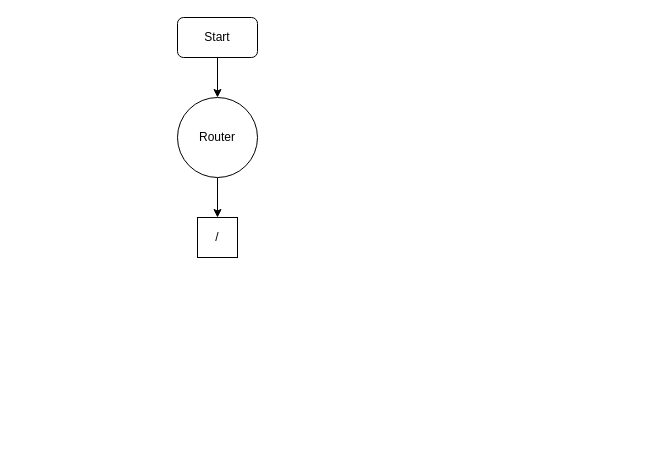
Before: drawio/routing.drawio in realskyquest/word_app_flutter, a draw.io diagram. Source tidied: cells renumbered, new cells numbered last; positions are measured from the earlier drawing's top-left corner, leaving out a move shared by most shapes. Both pictures are drawn from the tidied source at 100%, with x=0, y=0 at pixel (177, 17).
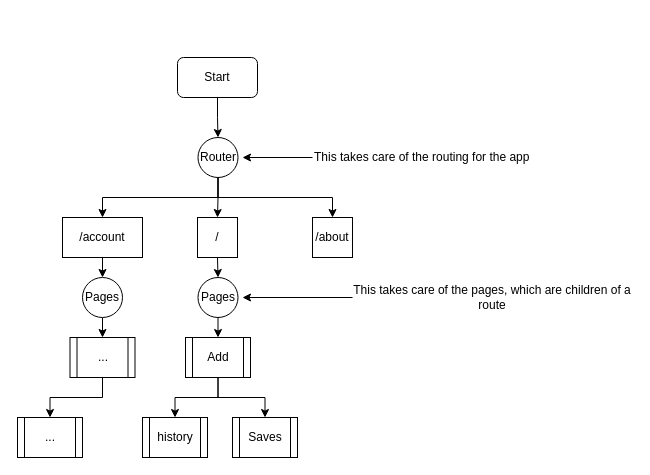
The same diagram, later.

Unchanged cells that the change refers to:
```xml
<mxCell id="6" value="/" style="rounded=0;whiteSpace=wrap;html=1;" parent="1" vertex="1">
  <mxGeometry x="20" y="200" width="40" height="40" as="geometry" />
</mxCell>
```

The edit, as a diff of the source:
```diff
@@
     <mxCell id="3" value="Start" style="rounded=1;whiteSpace=wrap;html=1;" parent="1" vertex="1">
-      <mxGeometry width="80" height="40" as="geometry" />
+      <mxGeometry y="40" width="80" height="40" as="geometry" />
     </mxCell>
@@
+    <mxCell id="7" style="edgeStyle=orthogonalEdgeStyle;rounded=0;jettySize=auto;html=1;exitX=0.5;exitY=1;exitDx=0;exitDy=0;entryX=0.5;entryY=0;entryDx=0;entryDy=0;" parent="1" edge="1" source="5" target="15">
+      <mxGeometry relative="1" as="geometry" />
+    </mxCell>
+    <mxCell id="8" style="edgeStyle=orthogonalEdgeStyle;rounded=0;jettySize=auto;html=1;exitX=0.5;exitY=1;exitDx=0;exitDy=0;entryX=0.5;entryY=0;entryDx=0;entryDy=0;" parent="1" edge="1" source="5" target="23">
+      <mxGeometry relative="1" as="geometry" />
+    </mxCell>
     <mxCell id="5" value="Router" style="ellipse;whiteSpace=wrap;html=1;" parent="1" vertex="1">
-      <mxGeometry y="80" width="80" height="80" as="geometry" />
+      <mxGeometry x="20.5" y="120" width="40" height="40" as="geometry" />
     </mxCell>
+    <mxCell id="9" style="edgeStyle=orthogonalEdgeStyle;rounded=0;jettySize=auto;html=1;exitX=0.5;exitY=1;exitDx=0;exitDy=0;entryX=0.5;entryY=0;entryDx=0;entryDy=0;" parent="1" edge="1" source="6" target="21">
+      <mxGeometry relative="1" as="geometry" />
+    </mxCell>
@@
+    <mxCell id="10" style="edgeStyle=orthogonalEdgeStyle;rounded=0;jettySize=auto;html=1;exitX=0.5;exitY=1;exitDx=0;exitDy=0;entryX=0.5;entryY=0;entryDx=0;entryDy=0;" parent="1" edge="1" source="12" target="14">
+      <mxGeometry relative="1" as="geometry" />
+    </mxCell>
+    <mxCell id="11" style="edgeStyle=orthogonalEdgeStyle;rounded=0;jettySize=auto;html=1;exitX=0.5;exitY=1;exitDx=0;exitDy=0;entryX=0.5;entryY=0;entryDx=0;entryDy=0;" parent="1" edge="1" source="12" target="13">
+      <mxGeometry relative="1" as="geometry" />
+    </mxCell>
+    <mxCell id="12" value="Add" style="shape=process;whiteSpace=wrap;html=1;backgroundOutline=1;" parent="1" vertex="1">
+      <mxGeometry x="8" y="320" width="65" height="40" as="geometry" />
+    </mxCell>
+    <mxCell id="13" value="Saves" style="shape=process;whiteSpace=wrap;html=1;backgroundOutline=1;" parent="1" vertex="1">
+      <mxGeometry x="55" y="400" width="65" height="40" as="geometry" />
+    </mxCell>
+    <mxCell id="14" value="history" style="shape=process;whiteSpace=wrap;html=1;backgroundOutline=1;" parent="1" vertex="1">
+      <mxGeometry x="-35" y="400" width="65" height="40" as="geometry" />
+    </mxCell>
+    <mxCell id="15" value="/about" style="rounded=0;whiteSpace=wrap;html=1;" parent="1" vertex="1">
+      <mxGeometry x="135" y="200" width="40" height="40" as="geometry" />
+    </mxCell>
+    <mxCell id="16" style="edgeStyle=orthogonalEdgeStyle;rounded=0;jettySize=auto;html=1;exitX=0;exitY=0.5;exitDx=0;exitDy=0;" parent="1" edge="1" source="17">
+      <mxGeometry relative="1" as="geometry">
+        <mxPoint x="65" y="140" as="targetPoint" />
+      </mxGeometry>
+    </mxCell>
+    <mxCell id="17" value="This takes care of the routing for the app" style="text;html=1;align=left;verticalAlign=middle;whiteSpace=wrap;rounded=0;" parent="1" vertex="1">
+      <mxGeometry x="135" y="125" width="230" height="30" as="geometry" />
+    </mxCell>
+    <mxCell id="18" style="edgeStyle=orthogonalEdgeStyle;rounded=0;jettySize=auto;html=1;exitX=0;exitY=0.5;exitDx=0;exitDy=0;" parent="1" edge="1" source="19">
+      <mxGeometry relative="1" as="geometry">
+        <mxPoint x="65" y="280" as="targetPoint" />
+      </mxGeometry>
+    </mxCell>
+    <mxCell id="19" value="This takes care of the pages, which are children of a route" style="text;html=1;align=center;verticalAlign=middle;whiteSpace=wrap;rounded=0;" parent="1" vertex="1">
+      <mxGeometry x="175" y="265" width="280" height="30" as="geometry" />
+    </mxCell>
+    <mxCell id="20" style="edgeStyle=orthogonalEdgeStyle;rounded=0;jettySize=auto;html=1;exitX=0.5;exitY=1;exitDx=0;exitDy=0;entryX=0.5;entryY=0;entryDx=0;entryDy=0;" parent="1" edge="1" source="21" target="12">
+      <mxGeometry relative="1" as="geometry" />
+    </mxCell>
+    <mxCell id="21" value="Pages" style="ellipse;whiteSpace=wrap;html=1;" parent="1" vertex="1">
+      <mxGeometry x="20.5" y="260" width="40" height="40" as="geometry" />
+    </mxCell>
+    <mxCell id="22" style="edgeStyle=orthogonalEdgeStyle;rounded=0;jettySize=auto;html=1;exitX=0.5;exitY=1;exitDx=0;exitDy=0;entryX=0.5;entryY=0;entryDx=0;entryDy=0;" parent="1" edge="1" source="23" target="25">
+      <mxGeometry relative="1" as="geometry" />
+    </mxCell>
+    <mxCell id="23" value="/account" style="rounded=0;whiteSpace=wrap;html=1;" parent="1" vertex="1">
+      <mxGeometry x="-115" y="200" width="80" height="40" as="geometry" />
+    </mxCell>
+    <mxCell id="24" style="edgeStyle=orthogonalEdgeStyle;rounded=0;jettySize=auto;html=1;exitX=0.5;exitY=1;exitDx=0;exitDy=0;entryX=0.5;entryY=0;entryDx=0;entryDy=0;" parent="1" edge="1" source="25" target="27">
+      <mxGeometry relative="1" as="geometry" />
+    </mxCell>
+    <mxCell id="25" value="Pages" style="ellipse;whiteSpace=wrap;html=1;" parent="1" vertex="1">
+      <mxGeometry x="-95" y="260" width="40" height="40" as="geometry" />
+    </mxCell>
+    <mxCell id="26" style="edgeStyle=orthogonalEdgeStyle;rounded=0;jettySize=auto;html=1;" parent="1" edge="1" source="27" target="28">
+      <mxGeometry relative="1" as="geometry" />
+    </mxCell>
+    <mxCell id="27" value="..." style="shape=process;whiteSpace=wrap;html=1;backgroundOutline=1;" parent="1" vertex="1">
+      <mxGeometry x="-107.5" y="320" width="65" height="40" as="geometry" />
+    </mxCell>
+    <mxCell id="28" value="..." style="shape=process;whiteSpace=wrap;html=1;backgroundOutline=1;" parent="1" vertex="1">
+      <mxGeometry x="-160" y="400" width="65" height="40" as="geometry" />
+    </mxCell>
```
